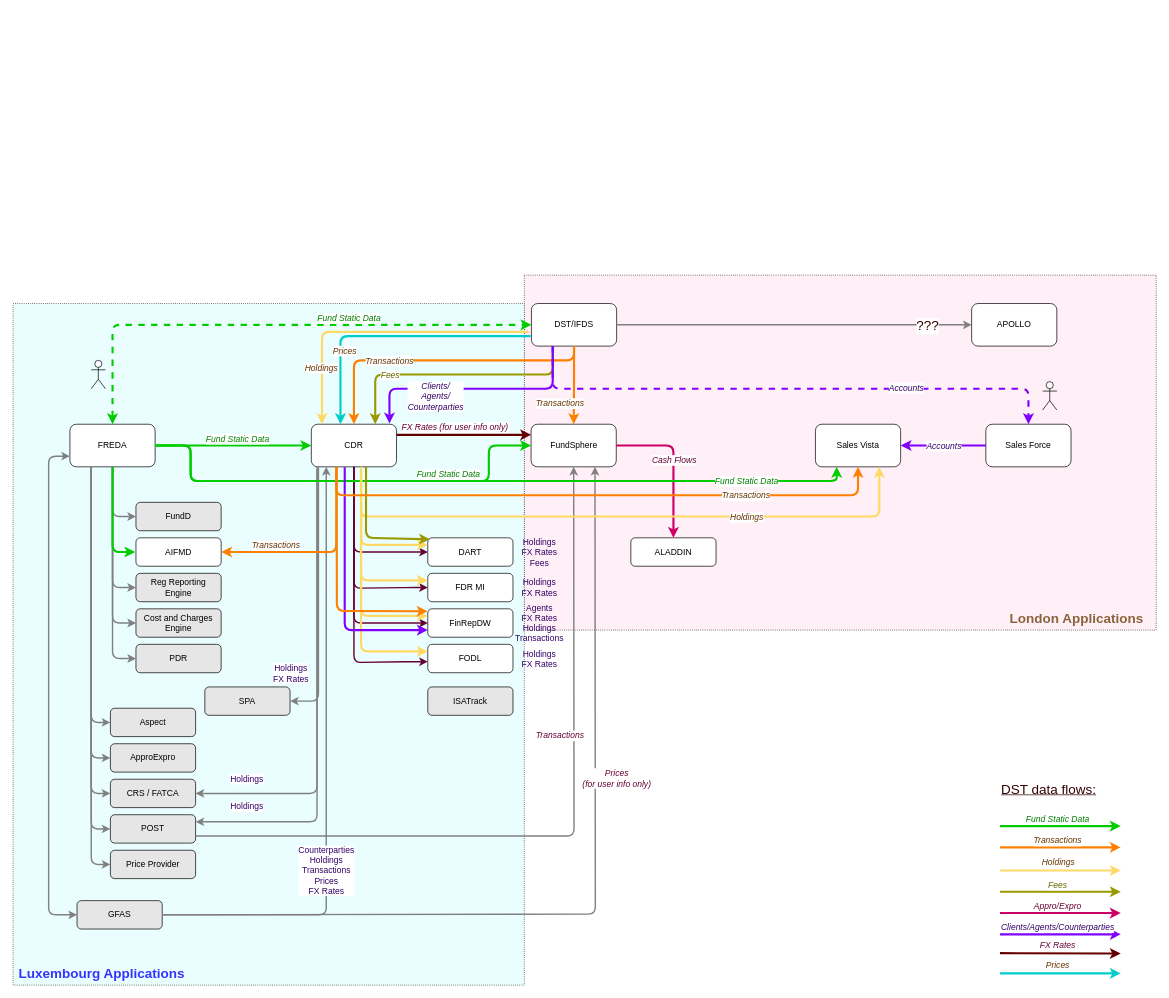
This is GOS TA data flows.drawio from rodinan/Price-Provider, a draw.io file, before an edit. Source tidied: cells renumbered, new cells numbered last; positions are measured from the earlier drawing's top-left corner, leaving out a move shared by most shapes. Both pictures are drawn from the tidied source at 71%, with x=0, y=0 at pixel (13, 275).
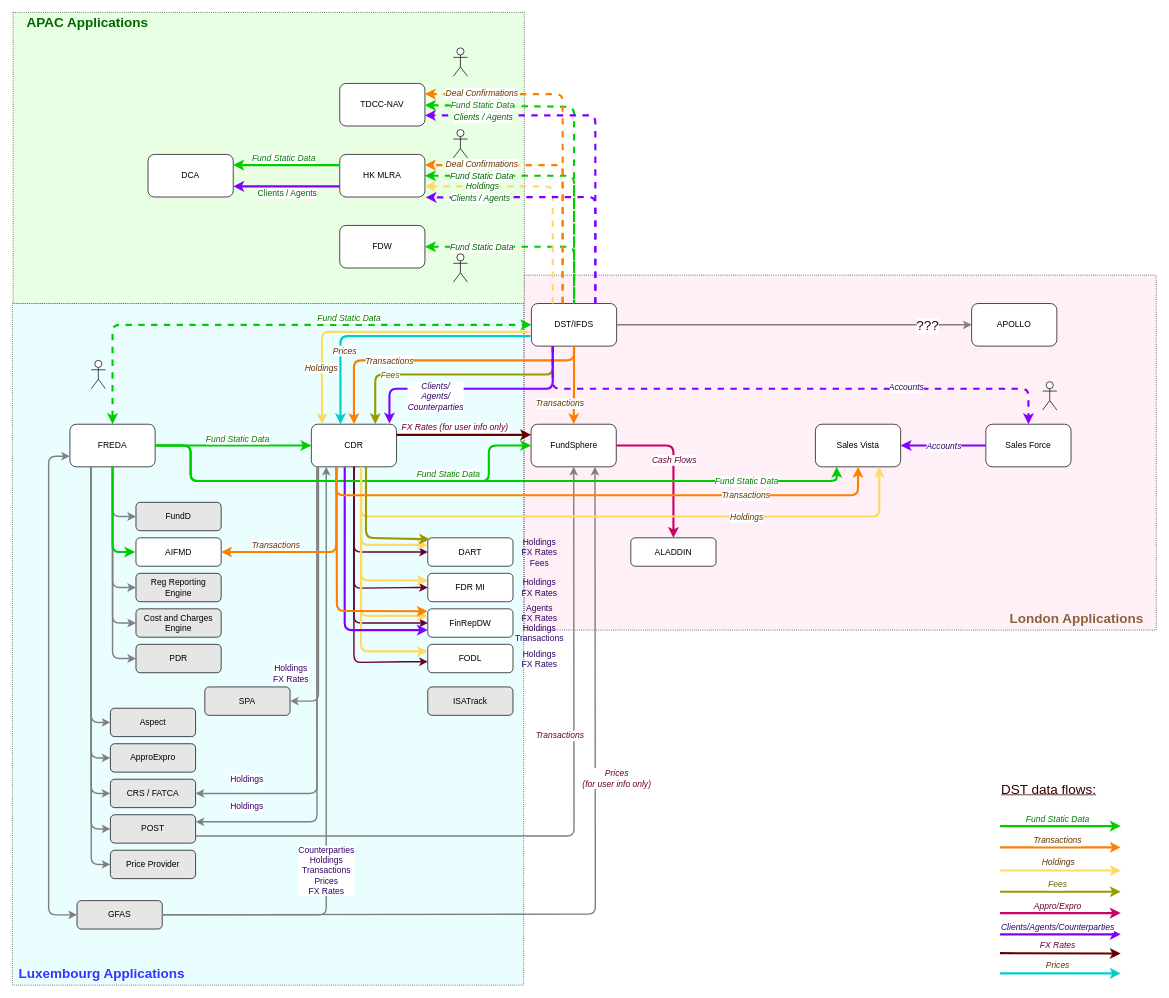
The same page after the edit.

The change refers to these unchanged cells:
```xml
<mxCell id="4" value="DST/IFDS" style="rounded=1;whiteSpace=wrap;html=1;" parent="1" vertex="1">
  <mxGeometry x="730" y="40" width="120" height="60" as="geometry" />
</mxCell>
```

Change to the diagram source:
```diff
@@
+    <mxCell id="124" style="rounded=0;whiteSpace=wrap;html=1;labelBackgroundColor=none;fillColor=#E9FFE3;dashed=1;dashPattern=1 2;align=left;" parent="1" vertex="1">
+      <mxGeometry y="-370" width="720" height="410" as="geometry" />
+    </mxCell>
@@
     <mxCell id="3" style="rounded=0;whiteSpace=wrap;html=1;labelBackgroundColor=none;fillColor=#EBFEFF;dashed=1;dashPattern=1 2;align=left;" parent="1" vertex="1">
-      <mxGeometry y="40" width="720" height="960" as="geometry" />
+      <mxGeometry x="-1" y="40" width="720" height="960" as="geometry" />
     </mxCell>
@@
+    <mxCell id="125" value="APAC Applications" style="text;html=1;strokeColor=none;fillColor=none;align=center;verticalAlign=middle;whiteSpace=wrap;rounded=0;dashed=1;dashPattern=1 2;labelBackgroundColor=none;fontSize=19;fontColor=#006600;fontStyle=1;" parent="1" vertex="1">
+      <mxGeometry y="-370" width="210" height="30" as="geometry" />
+    </mxCell>
+    <mxCell id="126" value="FDW" style="rounded=1;whiteSpace=wrap;html=1;" parent="1" vertex="1">
+      <mxGeometry x="460" y="-70" width="120" height="60" as="geometry" />
+    </mxCell>
+    <mxCell id="127" value="HK MLRA" style="rounded=1;whiteSpace=wrap;html=1;" parent="1" vertex="1">
+      <mxGeometry x="460" y="-170" width="120" height="60" as="geometry" />
+    </mxCell>
+    <mxCell id="128" value="TDCC-NAV" style="rounded=1;whiteSpace=wrap;html=1;" parent="1" vertex="1">
+      <mxGeometry x="460" y="-270" width="120" height="60" as="geometry" />
+    </mxCell>
+    <mxCell id="129" value="DCA" style="rounded=1;whiteSpace=wrap;html=1;" parent="1" vertex="1">
+      <mxGeometry x="190" y="-170" width="120" height="60" as="geometry" />
+    </mxCell>
+    <mxCell id="130" style="endArrow=none;html=1;strokeColor=#00CC00;strokeWidth=3;entryX=0.5;entryY=0;entryDx=0;entryDy=0;startArrow=classic;startFill=1;dashed=1;endFill=0;" parent="1" edge="1" source="128" target="4">
+      <mxGeometry relative="1" as="geometry">
+        <Array as="points">
+          <mxPoint x="790" y="-237" />
+        </Array>
+      </mxGeometry>
+    </mxCell>
+    <mxCell id="131" value="Fund Static Data" style="text;html=1;align=center;verticalAlign=middle;labelBackgroundColor=#ffffff;fontColor=#007D00;fontStyle=2;" parent="130" vertex="1">
+      <mxGeometry x="0.4" y="6" relative="1" as="geometry">
+        <mxPoint x="-136" y="-133" as="offset" />
+      </mxGeometry>
+    </mxCell>
+    <mxCell id="132" style="endArrow=none;html=1;strokeColor=#00CC00;strokeWidth=3;entryX=0.5;entryY=0;entryDx=0;entryDy=0;startArrow=classic;startFill=1;dashed=1;endFill=0;exitX=1;exitY=0.5;exitDx=0;exitDy=0;" parent="1" edge="1" source="126" target="4">
+      <mxGeometry relative="1" as="geometry">
+        <Array as="points">
+          <mxPoint x="790" y="-40" />
+        </Array>
+      </mxGeometry>
+    </mxCell>
+    <mxCell id="133" value="Fund Static Data" style="text;html=1;align=center;verticalAlign=middle;labelBackgroundColor=#ffffff;fontColor=#006600;fontStyle=2;" parent="132" vertex="1">
+      <mxGeometry x="-0.4" y="3" relative="1" as="geometry">
+        <mxPoint x="-7.5" y="3" as="offset" />
+      </mxGeometry>
+    </mxCell>
+    <mxCell id="134" style="endArrow=none;html=1;strokeColor=#00CC00;strokeWidth=3;startArrow=classic;startFill=1;dashed=1;endFill=0;exitX=1;exitY=0.5;exitDx=0;exitDy=0;entryX=0.5;entryY=0;entryDx=0;entryDy=0;" parent="1" edge="1" source="127" target="4">
+      <mxGeometry relative="1" as="geometry">
+        <Array as="points">
+          <mxPoint x="790" y="-140" />
+        </Array>
+      </mxGeometry>
+    </mxCell>
+    <mxCell id="135" value="Fund Static Data" style="text;html=1;align=center;verticalAlign=middle;labelBackgroundColor=#ffffff;fontColor=#006600;fontStyle=2;" parent="134" vertex="1">
+      <mxGeometry x="-0.67" y="1" relative="1" as="geometry">
+        <mxPoint x="15" y="1" as="offset" />
+      </mxGeometry>
+    </mxCell>
+    <mxCell id="136" style="endArrow=classic;html=1;strokeColor=#FFD966;strokeWidth=3;entryX=1;entryY=0.75;entryDx=0;entryDy=0;exitX=0.25;exitY=0;exitDx=0;exitDy=0;dashed=1;" parent="1" edge="1" source="4" target="127">
+      <mxGeometry relative="1" as="geometry">
+        <Array as="points">
+          <mxPoint x="760" y="-125" />
+        </Array>
+      </mxGeometry>
+    </mxCell>
+    <mxCell id="137" value="&lt;i&gt;Holdings&lt;/i&gt;" style="text;html=1;align=center;verticalAlign=middle;labelBackgroundColor=#ffffff;fontColor=#006600;" parent="136" vertex="1">
+      <mxGeometry x="0.55" y="3" relative="1" as="geometry">
+        <mxPoint x="2.5" y="-4" as="offset" />
+      </mxGeometry>
+    </mxCell>
+    <mxCell id="138" style="endArrow=classic;html=1;strokeColor=#FF8000;strokeWidth=3;exitX=0.365;exitY=-0.014;exitDx=0;exitDy=0;entryX=1;entryY=0.25;entryDx=0;entryDy=0;exitPerimeter=0;dashed=1;" parent="1" edge="1" source="4" target="127">
+      <mxGeometry relative="1" as="geometry">
+        <Array as="points">
+          <mxPoint x="774" y="-155" />
+          <mxPoint x="760" y="-155" />
+        </Array>
+      </mxGeometry>
+    </mxCell>
+    <mxCell id="139" value="Deal Confirmations" style="text;html=1;align=center;verticalAlign=middle;labelBackgroundColor=#ffffff;fontColor=#663300;fontStyle=2;" parent="138" vertex="1">
+      <mxGeometry x="0.4" y="6" relative="1" as="geometry">
+        <mxPoint x="-37" y="-8" as="offset" />
+      </mxGeometry>
+    </mxCell>
+    <mxCell id="140" style="endArrow=classic;html=1;strokeColor=#FF8000;strokeWidth=3;exitX=0.367;exitY=0;exitDx=0;exitDy=0;entryX=1;entryY=0.25;entryDx=0;entryDy=0;exitPerimeter=0;dashed=1;" parent="1" edge="1" source="4" target="128">
+      <mxGeometry relative="1" as="geometry">
+        <Array as="points">
+          <mxPoint x="774" y="-255" />
+        </Array>
+      </mxGeometry>
+    </mxCell>
+    <mxCell id="141" value="Deal Confirmations" style="text;html=1;align=center;verticalAlign=middle;labelBackgroundColor=#ffffff;fontColor=#663300;fontStyle=2;" parent="140" vertex="1">
+      <mxGeometry x="0.4" y="6" relative="1" as="geometry">
+        <mxPoint x="-68" y="-8" as="offset" />
+      </mxGeometry>
+    </mxCell>
+    <mxCell id="142" style="endArrow=classic;html=1;strokeColor=#7F00FF;strokeWidth=3;exitX=0.75;exitY=0;exitDx=0;exitDy=0;entryX=1;entryY=0.75;entryDx=0;entryDy=0;dashed=1;" parent="1" edge="1" source="4" target="128">
+      <mxGeometry relative="1" as="geometry">
+        <Array as="points">
+          <mxPoint x="820" y="-225" />
+        </Array>
+      </mxGeometry>
+    </mxCell>
+    <mxCell id="143" value="Clients / Agents" style="text;html=1;align=center;verticalAlign=middle;labelBackgroundColor=#ffffff;fontColor=#006600;fontStyle=2;" parent="142" vertex="1">
+      <mxGeometry x="0.68" y="2" relative="1" as="geometry" />
+    </mxCell>
+    <mxCell id="144" style="endArrow=classic;html=1;strokeColor=#7F00FF;strokeWidth=3;exitX=0.75;exitY=0;exitDx=0;exitDy=0;entryX=1.008;entryY=1.008;entryDx=0;entryDy=0;dashed=1;entryPerimeter=0;" parent="1" edge="1" source="4" target="127">
+      <mxGeometry relative="1" as="geometry">
+        <Array as="points">
+          <mxPoint x="820" y="-110" />
+        </Array>
+      </mxGeometry>
+    </mxCell>
+    <mxCell id="145" value="Clients / Agents" style="text;html=1;align=center;verticalAlign=middle;labelBackgroundColor=#ffffff;fontColor=#006600;fontStyle=2;" parent="144" vertex="1">
+      <mxGeometry x="0.61" y="1" relative="1" as="geometry" />
+    </mxCell>
+    <mxCell id="146" style="endArrow=classic;html=1;strokeColor=#00CC00;strokeWidth=3;entryX=1;entryY=0.25;entryDx=0;entryDy=0;" parent="1" edge="1" target="129">
+      <mxGeometry relative="1" as="geometry">
+        <mxPoint x="460" y="-155" as="sourcePoint" />
+      </mxGeometry>
+    </mxCell>
+    <mxCell id="147" value="Fund Static Data" style="text;html=1;align=center;verticalAlign=middle;labelBackgroundColor=#ffffff;fontColor=#007D00;fontStyle=2;" parent="146" vertex="1">
+      <mxGeometry x="0.4" y="6" relative="1" as="geometry">
+        <mxPoint x="25" y="-16" as="offset" />
+      </mxGeometry>
+    </mxCell>
+    <mxCell id="148" style="endArrow=classic;html=1;strokeColor=#7F00FF;strokeWidth=3;exitX=0;exitY=0.75;exitDx=0;exitDy=0;entryX=1;entryY=0.75;entryDx=0;entryDy=0;" parent="1" edge="1" source="127" target="129">
+      <mxGeometry relative="1" as="geometry" />
+    </mxCell>
+    <mxCell id="149" value="Clients / Agents" style="text;html=1;align=center;verticalAlign=middle;labelBackgroundColor=#ffffff;fontColor=#006600;" parent="148" vertex="1">
+      <mxGeometry x="-0.36" y="-2" relative="1" as="geometry">
+        <mxPoint x="-26.5" y="11" as="offset" />
+      </mxGeometry>
+    </mxCell>
+    <mxCell id="150" style="shape=umlActor;verticalLabelPosition=bottom;labelBackgroundColor=#ffffff;verticalAlign=top;html=1;fontColor=#330066;" parent="1" vertex="1">
+      <mxGeometry x="620" y="-320" width="20" height="40" as="geometry" />
+    </mxCell>
+    <mxCell id="151" style="shape=umlActor;verticalLabelPosition=bottom;labelBackgroundColor=#ffffff;verticalAlign=top;html=1;fontColor=#330066;" parent="1" vertex="1">
+      <mxGeometry x="620" y="-205" width="20" height="40" as="geometry" />
+    </mxCell>
+    <mxCell id="152" style="shape=umlActor;verticalLabelPosition=bottom;labelBackgroundColor=#ffffff;verticalAlign=top;html=1;fontColor=#330066;" parent="1" vertex="1">
+      <mxGeometry x="620" y="-30" width="20" height="40" as="geometry" />
+    </mxCell>
```
